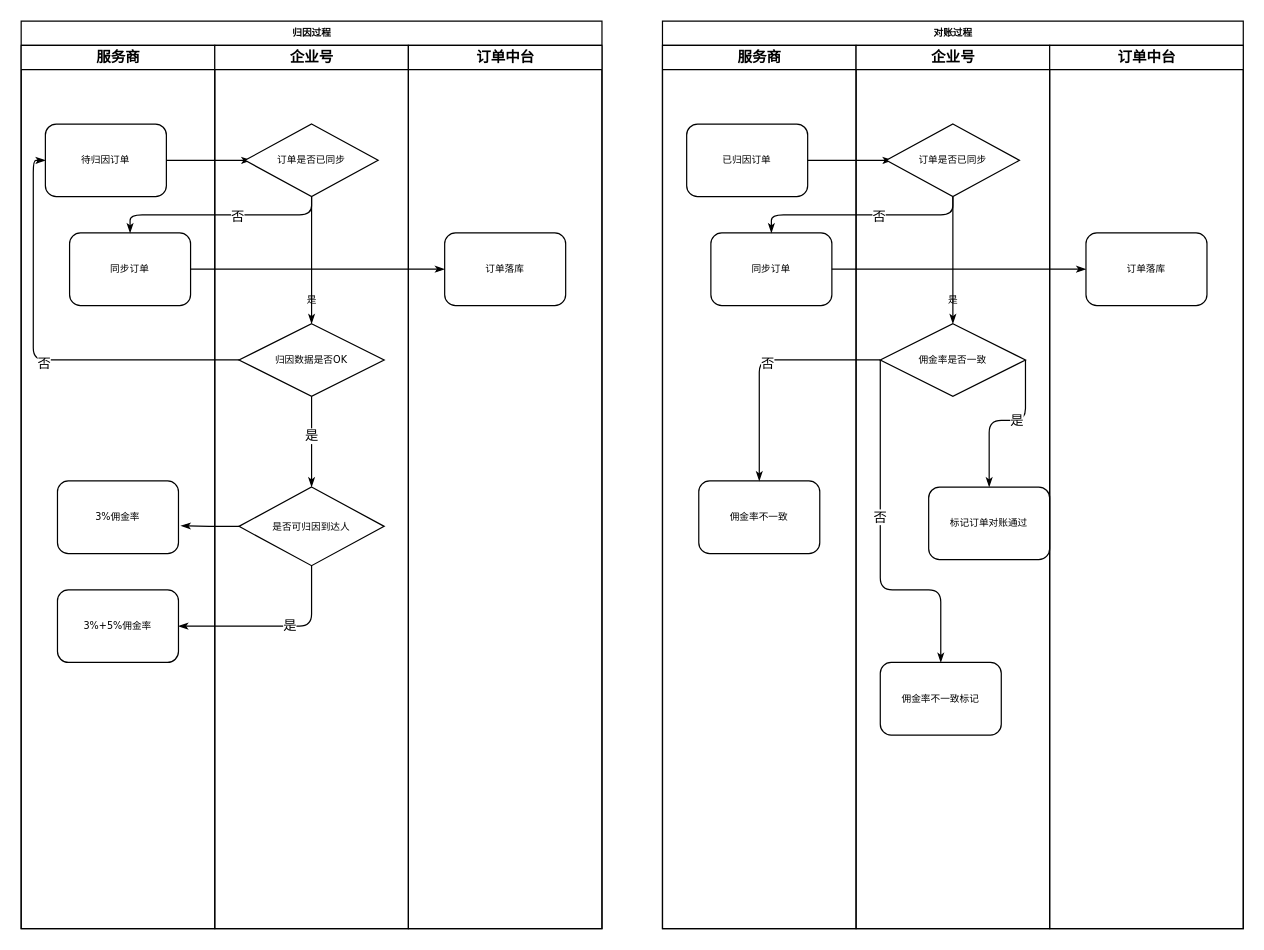
Above: mp_order_attribution.drawio in windfansy/drawio (draw.io), before the change. Source tidied: cells renumbered, new cells numbered last; positions are measured from the earlier drawing's top-left corner, leaving out a move shared by most shapes. Both pictures are drawn from the tidied source at 121%, with x=0, y=0 at pixel (21, 21).
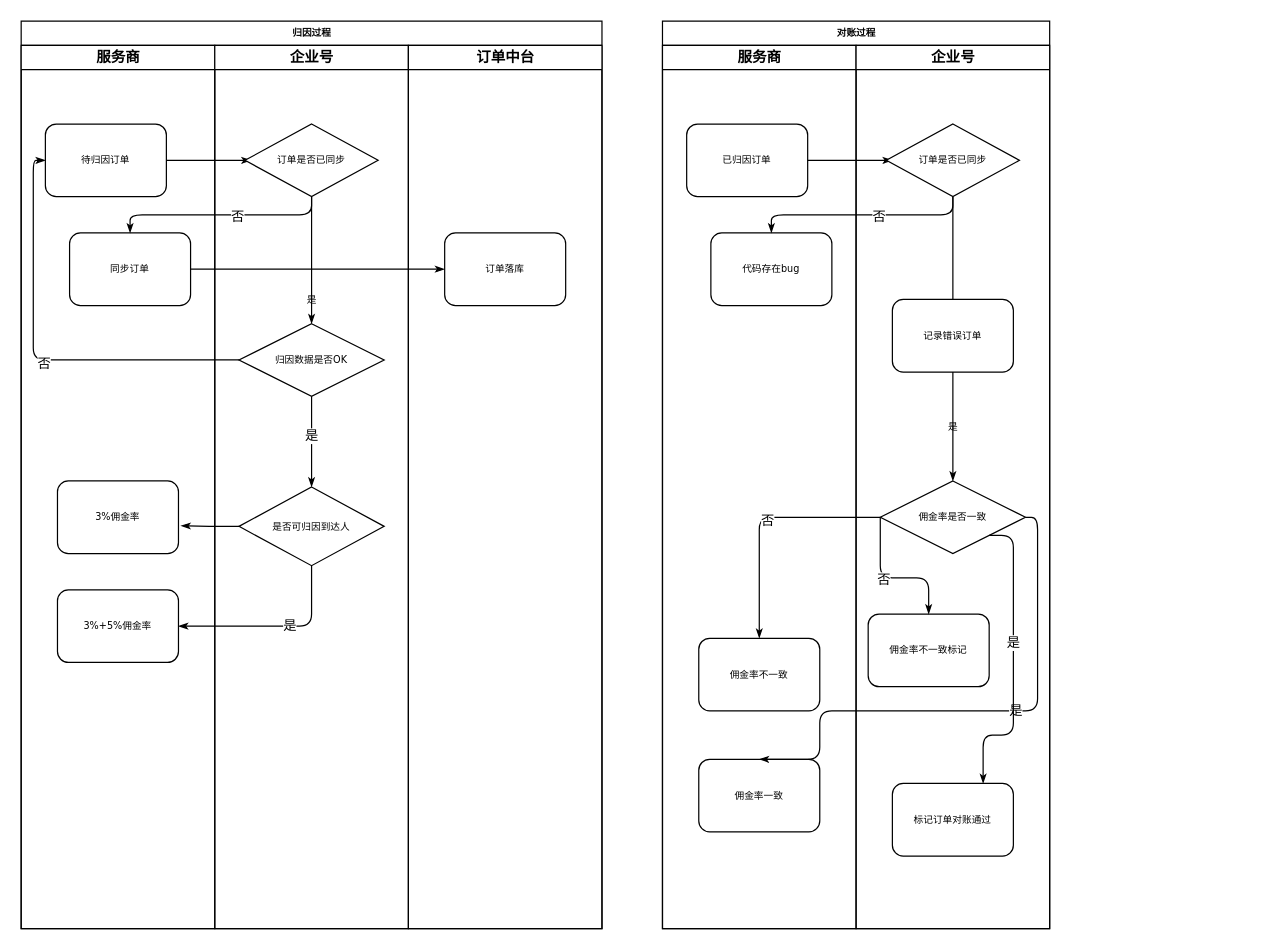
Above is the later version.

Unchanged cells that the change refers to:
```xml
<mxCell id="27" value="服务商" style="swimlane;html=1;startSize=20;" parent="26" vertex="1">
  <mxGeometry y="20" width="160" height="730" as="geometry" />
</mxCell>
<mxCell id="37" value="企业号" style="swimlane;html=1;startSize=20;" parent="26" vertex="1">
  <mxGeometry x="160" y="20" width="160" height="730" as="geometry" />
</mxCell>
```

What changed in the source:
```diff
@@
     <mxCell id="26" value="对账过程" style="swimlane;html=1;startSize=20;rounded=0;shadow=0;labelBackgroundColor=none;strokeWidth=1;fontFamily=Verdana;fontSize=8;align=center;" parent="1" vertex="1">
-      <mxGeometry x="530" width="480" height="750" as="geometry" />
+      <mxGeometry x="530" width="320" height="750" as="geometry" />
     </mxCell>
@@
-    <mxCell id="29" value="同步订单" style="rounded=1;whiteSpace=wrap;html=1;shadow=0;labelBackgroundColor=none;strokeWidth=1;fontFamily=Verdana;fontSize=8;align=center;" parent="27" vertex="1">
+    <mxCell id="29" value="代码存在bug" style="rounded=1;whiteSpace=wrap;html=1;shadow=0;labelBackgroundColor=none;strokeWidth=1;fontFamily=Verdana;fontSize=8;align=center;" parent="27" vertex="1">
       <mxGeometry x="40" y="155" width="100" height="60" as="geometry" />
     </mxCell>
     <mxCell id="30" value="佣金率不一致" style="rounded=1;whiteSpace=wrap;html=1;shadow=0;labelBackgroundColor=none;strokeWidth=1;fontFamily=Verdana;fontSize=8;align=center;" parent="27" vertex="1">
-      <mxGeometry x="30" y="360" width="100" height="60" as="geometry" />
+      <mxGeometry x="30" y="490" width="100" height="60" as="geometry" />
     </mxCell>
+    <mxCell id="49" value="佣金率一致" style="rounded=1;whiteSpace=wrap;html=1;shadow=0;labelBackgroundColor=none;strokeWidth=1;fontFamily=Verdana;fontSize=8;align=center;" parent="27" vertex="1">
+      <mxGeometry x="30" y="590" width="100" height="60" as="geometry" />
+    </mxCell>
@@
-    <mxCell id="34" style="edgeStyle=orthogonalEdgeStyle;rounded=1;html=1;labelBackgroundColor=none;startArrow=none;startFill=0;startSize=5;endArrow=classicThin;endFill=1;endSize=5;jettySize=auto;strokeWidth=1;fontFamily=Verdana;fontSize=8;" parent="26" edge="1" source="29" target="48">
-      <mxGeometry relative="1" as="geometry" />
-    </mxCell>
     <mxCell id="35" style="edgeStyle=orthogonalEdgeStyle;rounded=1;html=1;labelBackgroundColor=none;startArrow=none;startFill=0;startSize=5;endArrow=classicThin;endFill=1;endSize=5;jettySize=auto;strokeWidth=1;fontFamily=Verdana;fontSize=8;entryX=0.5;entryY=0;entryDx=0;entryDy=0;" parent="26" edge="1" source="39" target="30">
       <mxGeometry relative="1" as="geometry">
         <Array as="points">
-          <mxPoint x="80" y="280" />
+          <mxPoint x="80" y="410" />
         </Array>
       </mxGeometry>
     </mxCell>
@@
+    <mxCell id="50" style="edgeStyle=orthogonalEdgeStyle;rounded=1;html=1;labelBackgroundColor=none;startArrow=none;startFill=0;startSize=5;endArrow=classicThin;endFill=1;endSize=5;jettySize=auto;strokeWidth=1;fontFamily=Verdana;fontSize=8;exitX=1;exitY=0.5;exitDx=0;exitDy=0;entryX=0.5;entryY=0;entryDx=0;entryDy=0;" parent="26" edge="1" source="39" target="49">
+      <mxGeometry relative="1" as="geometry">
+        <Array as="points">
+          <mxPoint x="310" y="410" />
+          <mxPoint x="310" y="570" />
+          <mxPoint x="130" y="570" />
+          <mxPoint x="130" y="610" />
+        </Array>
+      </mxGeometry>
+    </mxCell>
+    <mxCell id="51" value="是" style="edgeLabel;html=1;align=center;verticalAlign=middle;" parent="50" vertex="1">
+      <mxGeometry x="-0.14" y="-1" relative="1" as="geometry" />
+    </mxCell>
@@
     <mxCell id="39" value="佣金率是否一致" style="rhombus;whiteSpace=wrap;html=1;rounded=0;shadow=0;labelBackgroundColor=none;strokeWidth=1;fontFamily=Verdana;fontSize=8;align=center;" parent="37" vertex="1">
-      <mxGeometry x="20" y="230" width="120" height="60" as="geometry" />
+      <mxGeometry x="20" y="360" width="120" height="60" as="geometry" />
     </mxCell>
@@
-    <mxCell id="41" style="edgeStyle=orthogonalEdgeStyle;rounded=1;html=1;labelBackgroundColor=none;startArrow=none;startFill=0;startSize=5;endArrow=classicThin;endFill=1;endSize=5;jettySize=auto;strokeWidth=1;fontFamily=Verdana;fontSize=8;exitX=1;exitY=0.5;exitDx=0;exitDy=0;entryX=0.5;entryY=0;entryDx=0;entryDy=0;" parent="37" edge="1" source="39" target="43">
-      <mxGeometry relative="1" as="geometry">
-        <Array as="points">
-          <mxPoint x="140" y="310" />
-          <mxPoint x="110" y="310" />
-        </Array>
-      </mxGeometry>
-    </mxCell>
-    <mxCell id="42" value="是" style="edgeLabel;html=1;align=center;verticalAlign=middle;" parent="41" vertex="1">
-      <mxGeometry x="-0.14" y="-1" relative="1" as="geometry" />
-    </mxCell>
-    <mxCell id="43" value="标记订单对账通过" style="rounded=1;whiteSpace=wrap;html=1;shadow=0;labelBackgroundColor=none;strokeWidth=1;fontFamily=Verdana;fontSize=8;align=center;" parent="37" vertex="1">
-      <mxGeometry x="60" y="365" width="100" height="60" as="geometry" />
-    </mxCell>
     <mxCell id="44" value="佣金率不一致标记" style="rounded=1;whiteSpace=wrap;html=1;shadow=0;labelBackgroundColor=none;strokeWidth=1;fontFamily=Verdana;fontSize=8;align=center;" parent="37" vertex="1">
-      <mxGeometry x="20" y="510" width="100" height="60" as="geometry" />
+      <mxGeometry x="10" y="470" width="100" height="60" as="geometry" />
     </mxCell>
     <mxCell id="45" style="edgeStyle=orthogonalEdgeStyle;rounded=1;html=1;labelBackgroundColor=none;startArrow=none;startFill=0;startSize=5;endArrow=classicThin;endFill=1;endSize=5;jettySize=auto;strokeWidth=1;fontFamily=Verdana;fontSize=8;exitX=0;exitY=0.5;exitDx=0;exitDy=0;entryX=0.5;entryY=0;entryDx=0;entryDy=0;" parent="37" edge="1" source="39" target="44">
       <mxGeometry relative="1" as="geometry">
         <Array as="points">
-          <mxPoint x="20" y="450" />
-          <mxPoint x="70" y="450" />
+          <mxPoint x="20" y="440" />
+          <mxPoint x="60" y="440" />
         </Array>
       </mxGeometry>
     </mxCell>
@@
-    <mxCell id="47" value="订单中台" style="swimlane;html=1;startSize=20;" parent="26" vertex="1">
-      <mxGeometry x="320" y="20" width="160" height="730" as="geometry" />
-    </mxCell>
-    <mxCell id="48" value="订单落库" style="rounded=1;whiteSpace=wrap;html=1;shadow=0;labelBackgroundColor=none;strokeWidth=1;fontFamily=Verdana;fontSize=8;align=center;" parent="47" vertex="1">
-      <mxGeometry x="30" y="155" width="100" height="60" as="geometry" />
-    </mxCell>
+    <mxCell id="43" value="标记订单对账通过" style="rounded=1;whiteSpace=wrap;html=1;shadow=0;labelBackgroundColor=none;strokeWidth=1;fontFamily=Verdana;fontSize=8;align=center;" parent="37" vertex="1">
+      <mxGeometry x="30" y="610" width="100" height="60" as="geometry" />
+    </mxCell>
+    <mxCell id="41" style="edgeStyle=orthogonalEdgeStyle;rounded=1;html=1;labelBackgroundColor=none;startArrow=none;startFill=0;startSize=5;endArrow=classicThin;endFill=1;endSize=5;jettySize=auto;strokeWidth=1;fontFamily=Verdana;fontSize=8;exitX=1;exitY=1;exitDx=0;exitDy=0;entryX=0.75;entryY=0;entryDx=0;entryDy=0;" parent="37" edge="1" source="39" target="43">
+      <mxGeometry relative="1" as="geometry">
+        <Array as="points">
+          <mxPoint x="130" y="405" />
+          <mxPoint x="130" y="570" />
+          <mxPoint x="105" y="570" />
+        </Array>
+      </mxGeometry>
+    </mxCell>
+    <mxCell id="42" value="是" style="edgeLabel;html=1;align=center;verticalAlign=middle;" parent="41" vertex="1">
+      <mxGeometry x="-0.14" y="-1" relative="1" as="geometry" />
+    </mxCell>
+    <mxCell id="52" value="记录错误订单" style="rounded=1;whiteSpace=wrap;html=1;shadow=0;labelBackgroundColor=none;strokeWidth=1;fontFamily=Verdana;fontSize=8;align=center;" parent="37" vertex="1">
+      <mxGeometry x="30" y="210" width="100" height="60" as="geometry" />
+    </mxCell>
```
